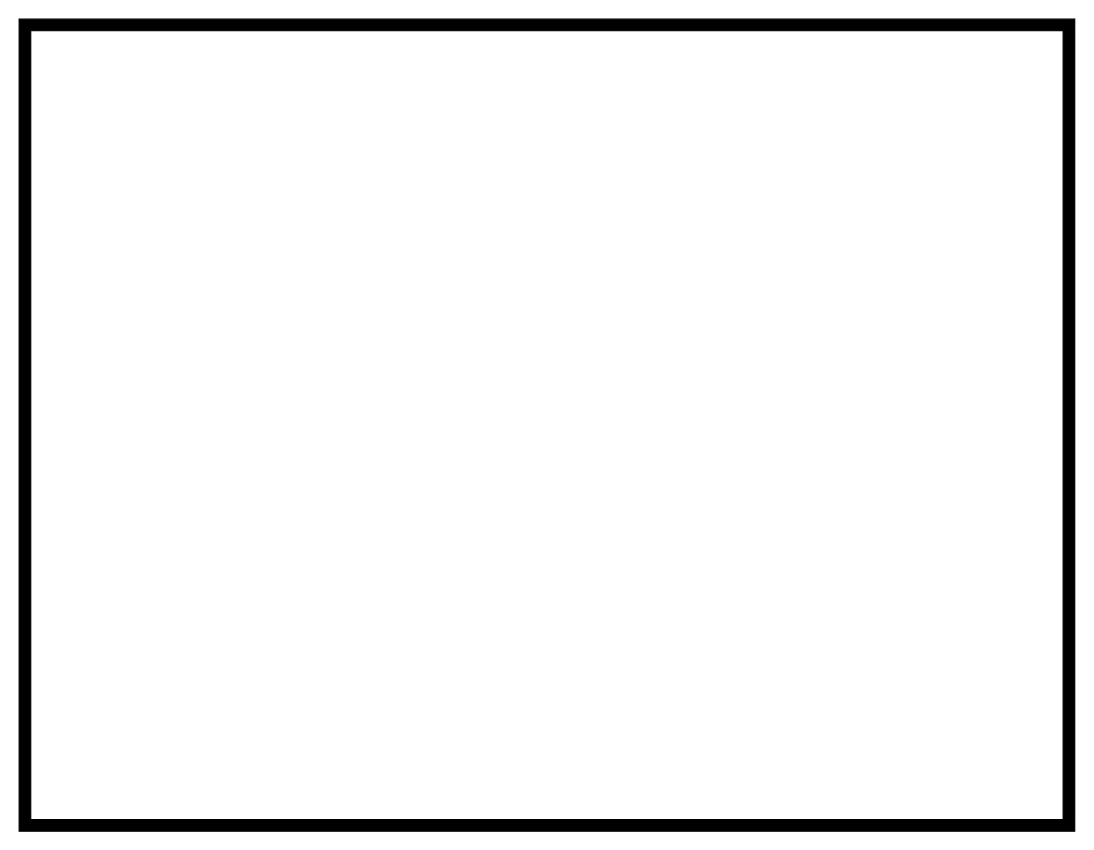
Earlier version of the draw.io diagram page "1º Andar" (2 of 3) of ASII.drawio (ArianaAlves/ASII). Source tidied: cells renumbered, new cells numbered last; positions are measured from the earlier drawing's top-left corner, leaving out a move shared by most shapes. Both pictures are drawn from the tidied source at 116%, with x=0, y=0 at pixel (19, 19).
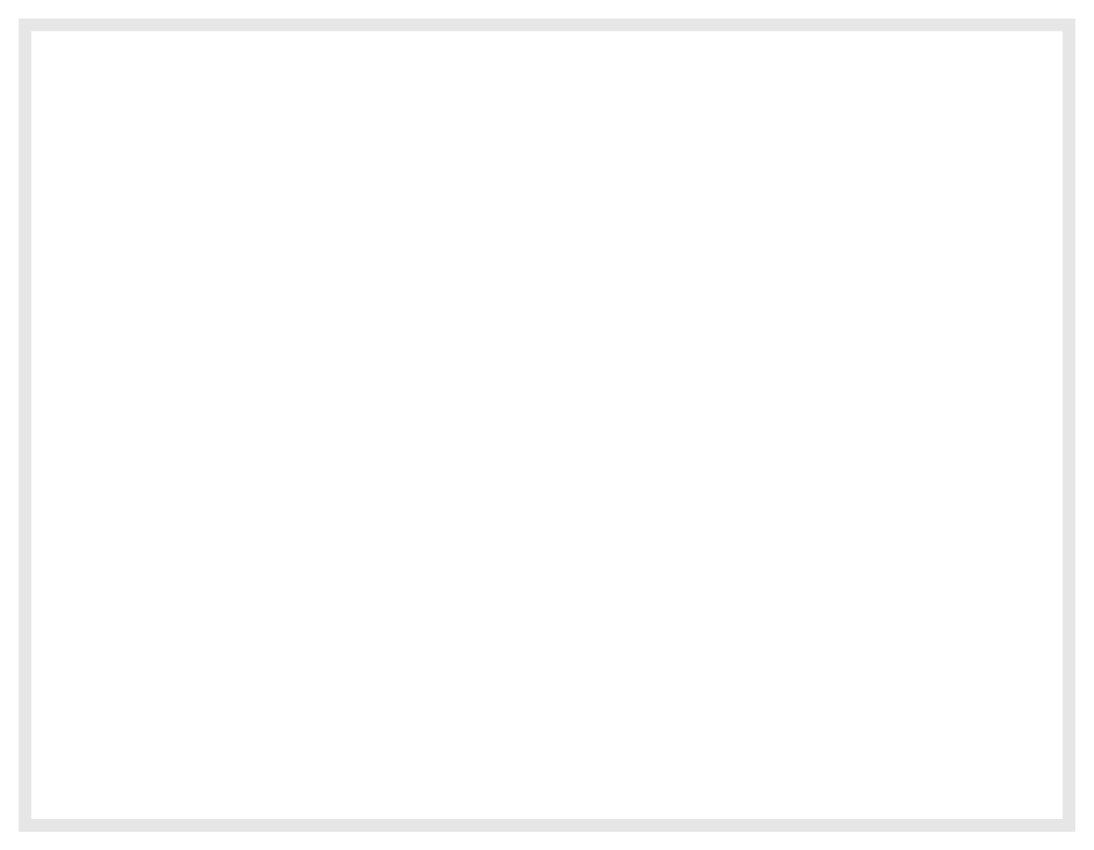
The same page after the edit.

Change to the diagram source:
```diff
@@
 <mxGraphModel>
   <root>
     <mxCell id="0" />
     <mxCell id="1" parent="0" />
-    <mxCell id="2" style="verticalLabelPosition=bottom;html=1;verticalAlign=top;align=center;shape=mxgraph.floorplan.room;fillColor=#000000;" parent="1" vertex="1">
+    <mxCell id="2" style="verticalLabelPosition=bottom;html=1;verticalAlign=top;align=center;shape=mxgraph.floorplan.room;fillColor=#E6E6E6;strokeColor=#E6E6E6;" parent="1" vertex="1">
       <mxGeometry width="910" height="700" as="geometry" />
     </mxCell>
   </root>
 </mxGraphModel>
```
